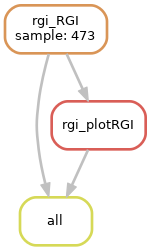
vdblab/vdblab-shotgun keeps this Graphviz diagram as images/rgi_dag.png. Above is the earlier version. Its source is kept beside it as images/rgi_dag.dot.
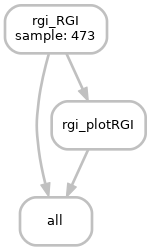
The same diagram one commit later.

What changed in the source:
```diff
@@ -2,9 +2,9 @@
     graph[bgcolor=white, margin=0];
     node[shape=box, style=rounded, fontname=sans,                 fontsize=10, penwidth=2];
     edge[penwidth=2, color=grey];
-	0[label = "all", color = "0.17 0.6 0.85", style="rounded"];
-	1[label = "rgi_RGI\nsample: 473", color = "0.08 0.6 0.85", style="rounded"];
-	2[label = "rgi_plotRGI", color = "0.01 0.6 0.85", style="rounded"];
+	0[label = "all", color = "grey", style="rounded"];
+	1[label = "rgi_RGI\nsample: 473", color = "grey", style="rounded"];
+	2[label = "rgi_plotRGI", color = "grey", style="rounded"];
 	1 -> 0
 	2 -> 0
 	1 -> 2
```
